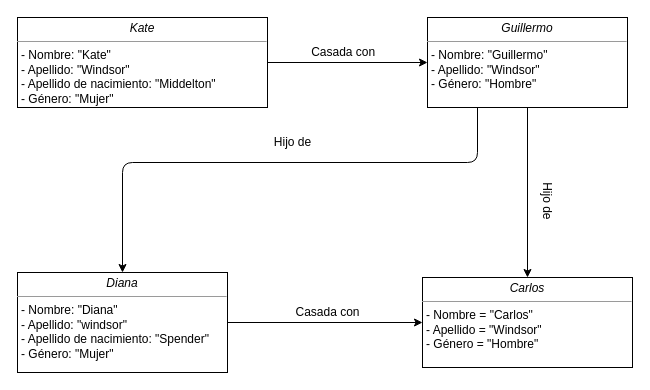
Before: ejercicio2.drawio in mgonzalz/ejercicios_grupales, a draw.io diagram. Source tidied: cells renumbered, new cells numbered last; positions are measured from the earlier drawing's top-left corner, leaving out a move shared by most shapes. Both pictures are drawn from the tidied source at 100%, with x=0, y=0 at pixel (17, 17).
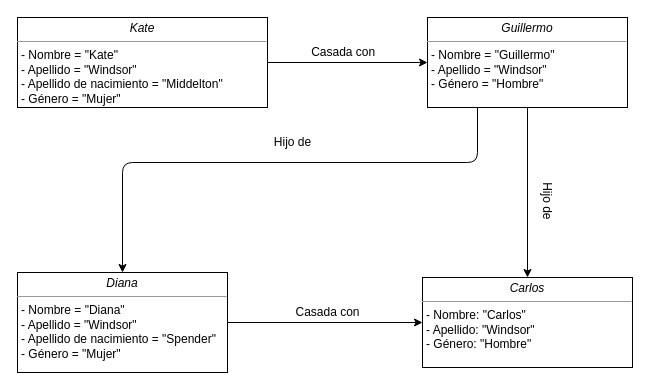
The same diagram, later.

Diff of the diagram source:
```diff
@@
 <mxGraphModel>
   <root>
     <mxCell id="0" />
     <mxCell id="1" parent="0" />
     <mxCell id="2" style="edgeStyle=none;html=1;entryX=0;entryY=0.5;entryDx=0;entryDy=0;" parent="1" edge="1" source="3" target="6">
       <mxGeometry relative="1" as="geometry" />
     </mxCell>
-    <mxCell id="3" value="&lt;p style=&quot;margin: 0px ; margin-top: 4px ; text-align: center&quot;&gt;&lt;i&gt;Kate&lt;/i&gt;&lt;/p&gt;&lt;hr size=&quot;1&quot;&gt;&lt;p style=&quot;margin: 0px ; margin-left: 4px&quot;&gt;- Nombre: &quot;Kate&quot;&lt;/p&gt;&lt;p style=&quot;margin: 0px ; margin-left: 4px&quot;&gt;- Apellido: &quot;Windsor&quot;&lt;/p&gt;&lt;p style=&quot;margin: 0px ; margin-left: 4px&quot;&gt;- Apellido de nacimiento: &quot;Middelton&quot;&lt;/p&gt;&lt;p style=&quot;margin: 0px ; margin-left: 4px&quot;&gt;- Género: &quot;Mujer&quot;&lt;/p&gt;&lt;p style=&quot;margin: 0px ; margin-left: 4px&quot;&gt;&lt;br&gt;&lt;/p&gt;" style="verticalAlign=top;align=left;overflow=fill;fontSize=12;fontFamily=Helvetica;html=1;" parent="1" vertex="1">
+    <mxCell id="3" value="&lt;p style=&quot;margin: 0px ; margin-top: 4px ; text-align: center&quot;&gt;&lt;i&gt;Kate&lt;/i&gt;&lt;/p&gt;&lt;hr size=&quot;1&quot;&gt;&lt;p style=&quot;margin: 0px ; margin-left: 4px&quot;&gt;- Nombre = &quot;Kate&quot;&lt;/p&gt;&lt;p style=&quot;margin: 0px ; margin-left: 4px&quot;&gt;- Apellido = &quot;Windsor&quot;&lt;/p&gt;&lt;p style=&quot;margin: 0px ; margin-left: 4px&quot;&gt;- Apellido de nacimiento = &quot;Middelton&quot;&lt;/p&gt;&lt;p style=&quot;margin: 0px ; margin-left: 4px&quot;&gt;- Género = &quot;Mujer&quot;&lt;/p&gt;&lt;p style=&quot;margin: 0px ; margin-left: 4px&quot;&gt;&lt;br&gt;&lt;/p&gt;" style="verticalAlign=top;align=left;overflow=fill;fontSize=12;fontFamily=Helvetica;html=1;" parent="1" vertex="1">
       <mxGeometry width="250" height="90" as="geometry" />
     </mxCell>
     <mxCell id="4" style="edgeStyle=none;html=1;entryX=0.5;entryY=0;entryDx=0;entryDy=0;" parent="1" edge="1" source="6" target="8">
       <mxGeometry relative="1" as="geometry" />
     </mxCell>
     <mxCell id="5" style="edgeStyle=none;html=1;exitX=0.25;exitY=1;exitDx=0;exitDy=0;entryX=0.5;entryY=0;entryDx=0;entryDy=0;" parent="1" edge="1" source="6" target="10">
       <mxGeometry relative="1" as="geometry">
         <Array as="points">
           <mxPoint x="460" y="145" />
           <mxPoint x="105" y="145" />
         </Array>
       </mxGeometry>
     </mxCell>
-    <mxCell id="6" value="&lt;p style=&quot;margin: 0px ; margin-top: 4px ; text-align: center&quot;&gt;&lt;i&gt;Guillermo&lt;/i&gt;&lt;/p&gt;&lt;hr size=&quot;1&quot;&gt;&lt;p style=&quot;margin: 0px ; margin-left: 4px&quot;&gt;- Nombre: &quot;Guillermo&quot;&lt;/p&gt;&lt;p style=&quot;margin: 0px ; margin-left: 4px&quot;&gt;- Apellido: &quot;Windsor&quot;&lt;/p&gt;&lt;p style=&quot;margin: 0px ; margin-left: 4px&quot;&gt;- Género: &quot;Hombre&quot;&lt;/p&gt;&lt;p style=&quot;margin: 0px ; margin-left: 4px&quot;&gt;&lt;br&gt;&lt;/p&gt;" style="verticalAlign=top;align=left;overflow=fill;fontSize=12;fontFamily=Helvetica;html=1;" parent="1" vertex="1">
+    <mxCell id="6" value="&lt;p style=&quot;margin: 0px ; margin-top: 4px ; text-align: center&quot;&gt;&lt;i&gt;Guillermo&lt;/i&gt;&lt;/p&gt;&lt;hr size=&quot;1&quot;&gt;&lt;p style=&quot;margin: 0px ; margin-left: 4px&quot;&gt;- Nombre = &quot;Guillermo&quot;&lt;/p&gt;&lt;p style=&quot;margin: 0px ; margin-left: 4px&quot;&gt;- Apellido = &quot;Windsor&quot;&lt;/p&gt;&lt;p style=&quot;margin: 0px ; margin-left: 4px&quot;&gt;- Género = &quot;Hombre&quot;&lt;/p&gt;&lt;p style=&quot;margin: 0px ; margin-left: 4px&quot;&gt;&lt;br&gt;&lt;/p&gt;" style="verticalAlign=top;align=left;overflow=fill;fontSize=12;fontFamily=Helvetica;html=1;" parent="1" vertex="1">
       <mxGeometry x="410" width="200" height="90" as="geometry" />
     </mxCell>
     <mxCell id="7" value="&amp;nbsp;Casada con" style="text;html=1;align=center;verticalAlign=middle;strokeColor=none;fillColor=none;" parent="1" vertex="1">
       <mxGeometry x="284" y="25" width="80" height="20" as="geometry" />
     </mxCell>
-    <mxCell id="8" value="&lt;p style=&quot;margin: 0px ; margin-top: 4px ; text-align: center&quot;&gt;&lt;i&gt;Carlos&lt;/i&gt;&lt;/p&gt;&lt;hr size=&quot;1&quot;&gt;&lt;p style=&quot;margin: 0px ; margin-left: 4px&quot;&gt;- Nombre = &quot;Carlos&quot;&lt;/p&gt;&lt;p style=&quot;margin: 0px ; margin-left: 4px&quot;&gt;- Apellido = &quot;Windsor&quot;&lt;/p&gt;&lt;p style=&quot;margin: 0px ; margin-left: 4px&quot;&gt;- Género = &quot;Hombre&quot;&lt;/p&gt;&lt;p style=&quot;margin: 0px ; margin-left: 4px&quot;&gt;&lt;br&gt;&lt;/p&gt;" style="verticalAlign=top;align=left;overflow=fill;fontSize=12;fontFamily=Helvetica;html=1;" parent="1" vertex="1">
+    <mxCell id="8" value="&lt;p style=&quot;margin: 0px ; margin-top: 4px ; text-align: center&quot;&gt;&lt;i&gt;Carlos&lt;/i&gt;&lt;/p&gt;&lt;hr size=&quot;1&quot;&gt;&lt;p style=&quot;margin: 0px ; margin-left: 4px&quot;&gt;- Nombre: &quot;Carlos&quot;&lt;/p&gt;&lt;p style=&quot;margin: 0px ; margin-left: 4px&quot;&gt;- Apellido: &quot;Windsor&quot;&lt;/p&gt;&lt;p style=&quot;margin: 0px ; margin-left: 4px&quot;&gt;- Género: &quot;Hombre&quot;&lt;/p&gt;&lt;p style=&quot;margin: 0px ; margin-left: 4px&quot;&gt;&lt;br&gt;&lt;/p&gt;" style="verticalAlign=top;align=left;overflow=fill;fontSize=12;fontFamily=Helvetica;html=1;" parent="1" vertex="1">
       <mxGeometry x="405" y="260" width="210" height="90" as="geometry" />
     </mxCell>
     <mxCell id="9" style="edgeStyle=none;html=1;entryX=0;entryY=0.5;entryDx=0;entryDy=0;" parent="1" edge="1" source="10" target="8">
       <mxGeometry relative="1" as="geometry" />
     </mxCell>
-    <mxCell id="10" value="&lt;p style=&quot;margin: 0px ; margin-top: 4px ; text-align: center&quot;&gt;&lt;i&gt;Diana&lt;/i&gt;&lt;/p&gt;&lt;hr size=&quot;1&quot;&gt;&lt;p style=&quot;margin: 0px ; margin-left: 4px&quot;&gt;- Nombre: &quot;Diana&quot;&lt;/p&gt;&lt;p style=&quot;margin: 0px ; margin-left: 4px&quot;&gt;- Apellido: &quot;windsor&quot;&lt;/p&gt;&lt;p style=&quot;margin: 0px ; margin-left: 4px&quot;&gt;- Apellido de nacimiento: &quot;Spender&quot;&lt;/p&gt;&lt;p style=&quot;margin: 0px ; margin-left: 4px&quot;&gt;- Género: &quot;Mujer&quot;&lt;/p&gt;" style="verticalAlign=top;align=left;overflow=fill;fontSize=12;fontFamily=Helvetica;html=1;" parent="1" vertex="1">
+    <mxCell id="10" value="&lt;p style=&quot;margin: 0px ; margin-top: 4px ; text-align: center&quot;&gt;&lt;i&gt;Diana&lt;/i&gt;&lt;/p&gt;&lt;hr size=&quot;1&quot;&gt;&lt;p style=&quot;margin: 0px ; margin-left: 4px&quot;&gt;- Nombre = &quot;Diana&quot;&lt;/p&gt;&lt;p style=&quot;margin: 0px ; margin-left: 4px&quot;&gt;- Apellido = &quot;Windsor&quot;&lt;/p&gt;&lt;p style=&quot;margin: 0px ; margin-left: 4px&quot;&gt;- Apellido de nacimiento = &quot;Spender&quot;&lt;/p&gt;&lt;p style=&quot;margin: 0px ; margin-left: 4px&quot;&gt;- Género = &quot;Mujer&quot;&lt;/p&gt;" style="verticalAlign=top;align=left;overflow=fill;fontSize=12;fontFamily=Helvetica;html=1;" parent="1" vertex="1">
       <mxGeometry y="255" width="210" height="100" as="geometry" />
     </mxCell>
     <mxCell id="11" value="Casada con" style="text;html=1;align=center;verticalAlign=middle;strokeColor=none;fillColor=none;" parent="1" vertex="1">
       <mxGeometry x="270" y="285" width="80" height="20" as="geometry" />
     </mxCell>
     <mxCell id="12" value="Hijo de&amp;nbsp;" style="text;html=1;align=center;verticalAlign=middle;strokeColor=none;fillColor=none;rotation=90;" parent="1" vertex="1">
       <mxGeometry x="500" y="175" width="60" height="20" as="geometry" />
     </mxCell>
     <mxCell id="13" value="Hijo de" style="text;html=1;align=center;verticalAlign=middle;strokeColor=none;fillColor=none;" parent="1" vertex="1">
       <mxGeometry x="250" y="115" width="50" height="20" as="geometry" />
     </mxCell>
   </root>
 </mxGraphModel>
```
